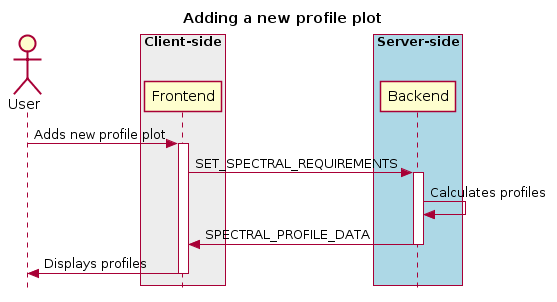
CARTAvis/carta-protobuf keeps this PlantUML diagram as docs/images/image16.png. Above is the earlier version.
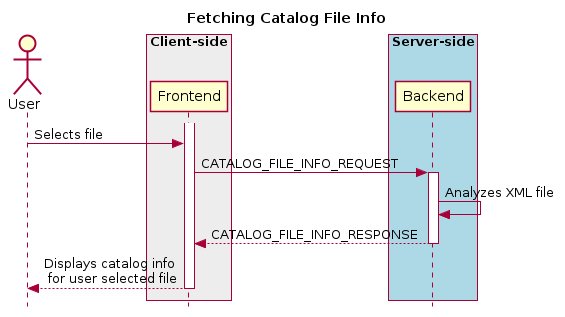
After the change.

What changed in the source:
```diff
@@ -1,23 +1,23 @@
 @startuml
 skinparam style strictuml
 hide footbox
-title Adding a new profile plot
+title Fetching Catalog File Info
 
 actor User
 box "Client-side" #EDEDED
-        participant Frontend
+participant Frontend
 end box
 
 box "Server-side" #lightblue
-	participant Backend
+participant Backend
 end box
-User -> Frontend: Adds new profile plot
 activate Frontend
-Frontend -> Backend : SET_SPECTRAL_REQUIREMENTS
+User -> Frontend : Selects file
+Frontend -> Backend : CATALOG_FILE_INFO_REQUEST
 activate Backend
-Backend <- Backend : Calculates profiles
-Frontend <- Backend : SPECTRAL_PROFILE_DATA
+Backend -> Backend : Analyzes XML file
+Frontend <-- Backend : CATALOG_FILE_INFO_RESPONSE
 deactivate Backend
-User <- Frontend : Displays profiles
+User <-- Frontend : Displays catalog info\n for user selected file
 deactivate Frontend
 @enduml
```
